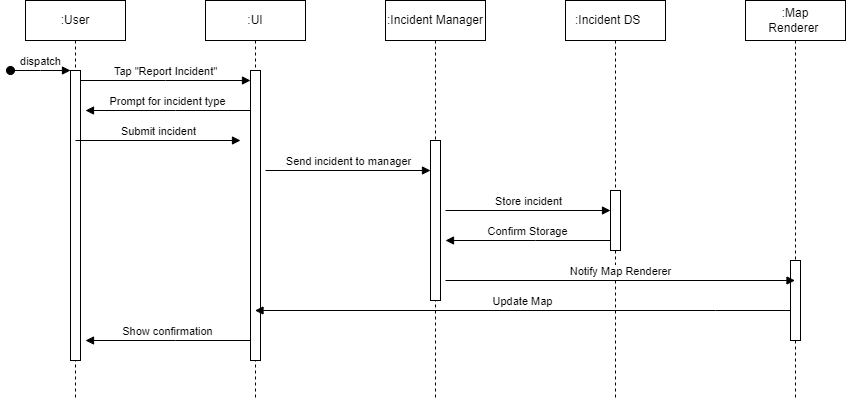
Earlier version of the draw.io export Diagrams/Sequence Diagrams/Félix/User-Reported Incidents.png (luislamy/msp). Source tidied: cells renumbered, new cells last; positions are measured from the earlier drawing's top-left corner, leaving out a move shared by most shapes.
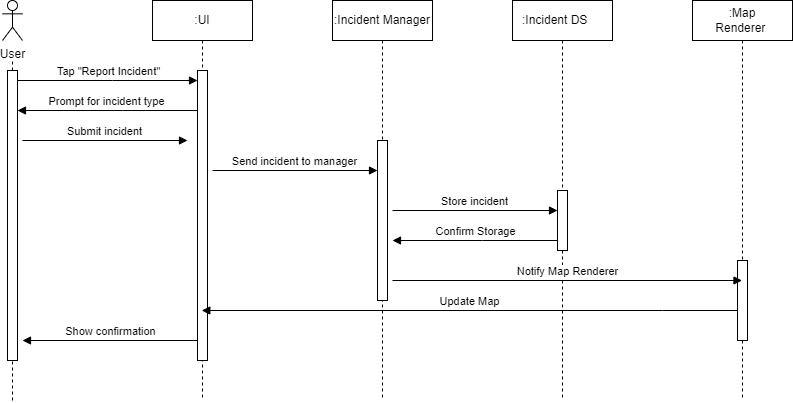
Later version of the same file.

Commit message:
adjustment to sequence diagram

Change to the diagram source:
```diff
@@ -2,37 +2,23 @@
   <root>
     <mxCell id="0" />
     <mxCell id="1" parent="0" />
-    <mxCell id="2" value=":User" style="shape=umlLifeline;perimeter=lifelinePerimeter;whiteSpace=wrap;html=1;newEdgeStyle={&quot;edgeStyle&quot;:&quot;elbowEdgeStyle&quot;,&quot;elbow&quot;:&quot;vertical&quot;,&quot;curved&quot;:0,&quot;rounded&quot;:0};" parent="1" vertex="1">
-      <mxGeometry x="15" width="100" height="400" as="geometry" />
-    </mxCell>
-    <mxCell id="3" value="dispatch" style="html=1;verticalAlign=bottom;startArrow=oval;endArrow=block;startSize=8;edgeStyle=elbowEdgeStyle;elbow=vertical;curved=0;rounded=0;" parent="2" edge="1">
-      <mxGeometry relative="1" as="geometry">
-        <mxPoint x="-15" y="70" as="sourcePoint" />
-        <mxPoint x="45" y="70" as="targetPoint" />
-      </mxGeometry>
-    </mxCell>
-    <mxCell id="4" style="html=1;perimeter=orthogonalPerimeter;targetShapes=umlLifeline;newEdgeStyle={&quot;curved&quot;:0,&quot;rounded&quot;:0};" parent="2" vertex="1">
-      <mxGeometry x="45" y="70" width="10" height="290" as="geometry" />
-    </mxCell>
     <mxCell id="5" value=":UI" style="shape=umlLifeline;perimeter=lifelinePerimeter;whiteSpace=wrap;html=1;outlineConnect=0;portConstraint=eastwest;newEdgeStyle={&quot;edgeStyle&quot;:&quot;elbowEdgeStyle&quot;,&quot;elbow&quot;:&quot;vertical&quot;,&quot;curved&quot;:0,&quot;rounded&quot;:0};" parent="1" vertex="1">
       <mxGeometry x="195" width="100" height="400" as="geometry" />
     </mxCell>
     <mxCell id="6" style="html=1;perimeter=orthogonalPerimeter;targetShapes=umlLifeline;newEdgeStyle={&quot;curved&quot;:0,&quot;rounded&quot;:0};" parent="5" vertex="1">
       <mxGeometry x="45" y="70" width="10" height="290" as="geometry" />
     </mxCell>
-    <mxCell id="7" value="Tap &quot;Report Incident&quot;" style="html=1;verticalAlign=bottom;endArrow=block;edgeStyle=elbowEdgeStyle;elbow=vertical;curved=0;rounded=0;" parent="1" edge="1">
+    <mxCell id="7" value="Tap &quot;Report Incident&quot;" style="html=1;verticalAlign=bottom;endArrow=block;edgeStyle=elbowEdgeStyle;elbow=vertical;curved=0;rounded=0;" parent="1" edge="1" source="25">
       <mxGeometry relative="1" as="geometry">
-        <mxPoint x="70" y="80" as="sourcePoint" />
         <mxPoint x="240" y="80" as="targetPoint" />
         <Array as="points">
           <mxPoint x="155" y="80" />
         </Array>
       </mxGeometry>
     </mxCell>
-    <mxCell id="8" value="Prompt for incident type" style="html=1;verticalAlign=bottom;endArrow=block;edgeStyle=elbowEdgeStyle;elbow=vertical;curved=0;rounded=0;" parent="1" edge="1">
+    <mxCell id="8" value="Prompt for incident type" style="html=1;verticalAlign=bottom;endArrow=block;edgeStyle=elbowEdgeStyle;elbow=vertical;curved=0;rounded=0;" parent="1" edge="1" target="25">
       <mxGeometry relative="1" as="geometry">
         <mxPoint x="240" y="110" as="sourcePoint" />
-        <mxPoint x="75" y="110" as="targetPoint" />
         <Array as="points">
           <mxPoint x="165" y="110" />
         </Array>
@@ -108,14 +94,29 @@
         </Array>
       </mxGeometry>
     </mxCell>
-    <mxCell id="21" value="Show confirmation" style="html=1;verticalAlign=bottom;endArrow=block;edgeStyle=elbowEdgeStyle;elbow=vertical;curved=0;rounded=0;" parent="1" edge="1">
+    <mxCell id="21" value="Show confirmation" style="html=1;verticalAlign=bottom;endArrow=block;edgeStyle=elbowEdgeStyle;elbow=vertical;curved=0;rounded=0;entryX=1.5;entryY=0.931;entryDx=0;entryDy=0;entryPerimeter=0;" parent="1" edge="1" target="25">
       <mxGeometry relative="1" as="geometry">
         <mxPoint x="240" y="340" as="sourcePoint" />
-        <mxPoint x="75" y="340" as="targetPoint" />
         <Array as="points">
           <mxPoint x="165" y="340" />
         </Array>
       </mxGeometry>
     </mxCell>
+    <mxCell id="22" value="User" style="shape=umlActor;verticalLabelPosition=bottom;verticalAlign=top;html=1;" parent="1" vertex="1">
+      <mxGeometry x="45" width="20" height="40" as="geometry" />
+    </mxCell>
+    <mxCell id="23" style="endArrow=none;dashed=1;html=1;" parent="1" edge="1" source="25">
+      <mxGeometry relative="1" as="geometry">
+        <mxPoint x="55" y="60" as="targetPoint" />
+      </mxGeometry>
+    </mxCell>
+    <mxCell id="24" style="endArrow=none;dashed=1;html=1;" parent="1" edge="1" target="25">
+      <mxGeometry relative="1" as="geometry">
+        <mxPoint x="55" y="400" as="sourcePoint" />
+      </mxGeometry>
+    </mxCell>
+    <mxCell id="25" style="html=1;points=[[0,0,0,0,5],[0,1,0,0,-5],[1,0,0,0,5],[1,1,0,0,-5]];perimeter=orthogonalPerimeter;outlineConnect=0;targetShapes=umlLifeline;portConstraint=eastwest;newEdgeStyle={&quot;curved&quot;:0,&quot;rounded&quot;:0};" parent="1" vertex="1">
+      <mxGeometry x="50" y="70" width="10" height="290" as="geometry" />
+    </mxCell>
   </root>
 </mxGraphModel>
```
